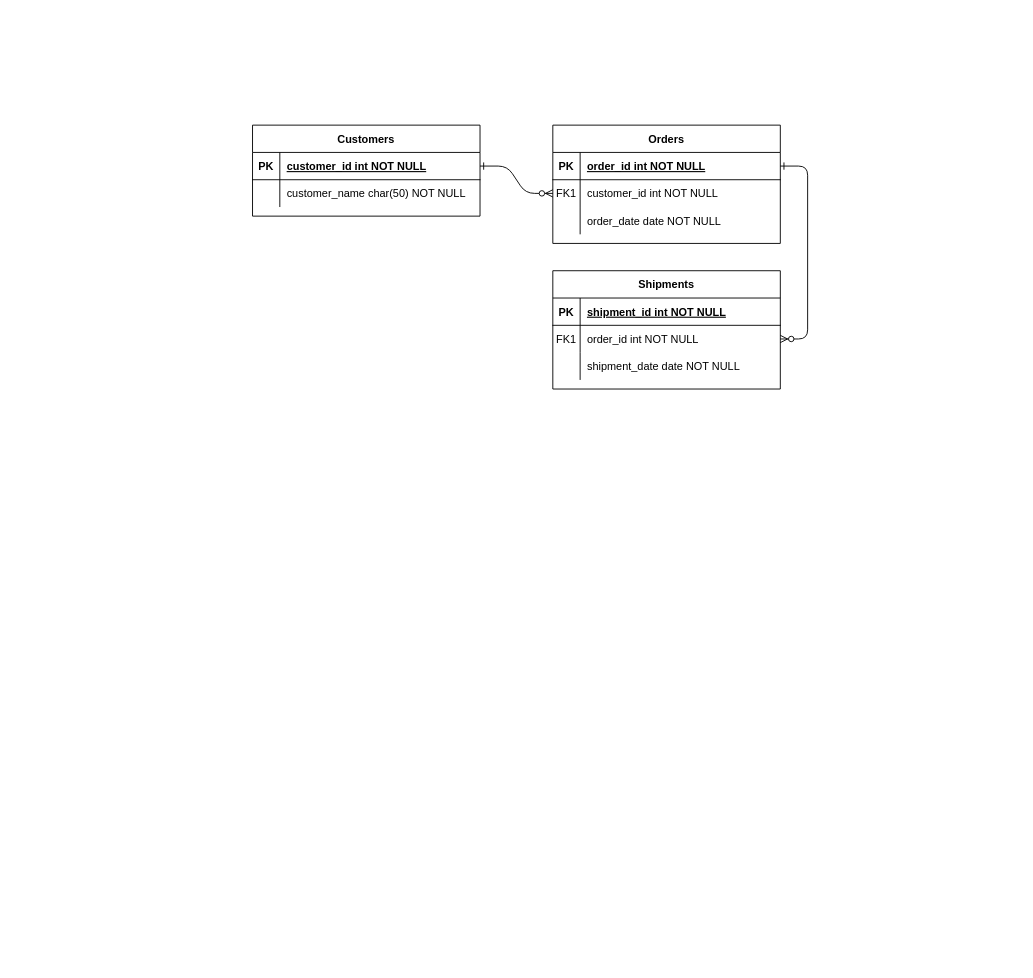
Above: Untitled Diagram.drawio in sv-05/Seqana_BelgiumData_3NF_csv (draw.io), before the change. Source tidied: cells renumbered, new cells numbered last; positions are measured from the earlier drawing's top-left corner, leaving out a move shared by most shapes. Both pictures are drawn from the tidied source at 91%, with x=0, y=0 at pixel (252, 125).
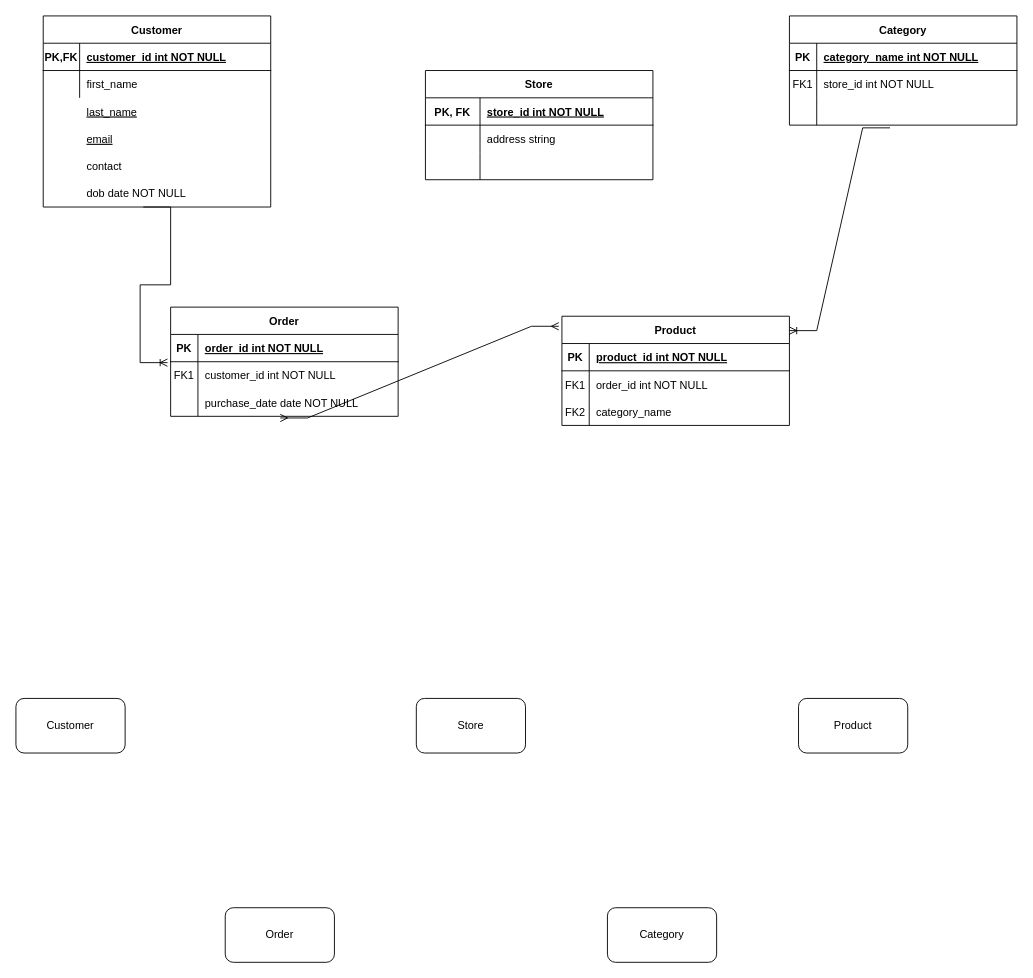
After the change.

Unchanged cells that the change refers to:
```xml
<mxCell id="5" style="shape=partialRectangle;fillColor=none;points=[[0,0.5],[1,0.5]];portConstraint=eastwest;top=0;left=0;right=0;bottom=1;" parent="4" vertex="1">
  <mxGeometry y="30" width="250" height="30" as="geometry" />
</mxCell>
<mxCell id="8" style="shape=partialRectangle;fillColor=none;points=[[0,0.5],[1,0.5]];portConstraint=eastwest;top=0;left=0;right=0;bottom=0;" parent="4" vertex="1">
  <mxGeometry y="60" width="250" height="30" as="geometry" />
</mxCell>
<mxCell id="11" style="shape=partialRectangle;fillColor=none;top=0;left=0;right=0;bottom=0;" parent="4" vertex="1">
  <mxGeometry y="90" width="250" height="30" as="geometry" />
</mxCell>
<mxCell id="15" style="shape=partialRectangle;fillColor=none;top=0;left=0;right=0;bottom=1;" parent="14" vertex="1">
  <mxGeometry y="30" width="250" height="30" as="geometry" />
</mxCell>
<mxCell id="18" style="shape=partialRectangle;fillColor=none;points=[[0,0.5],[1,0.5]];portConstraint=eastwest;top=0;left=0;right=0;bottom=0;" parent="14" vertex="1">
  <mxGeometry y="60" width="250" height="30" as="geometry" />
</mxCell>
<mxCell id="21" style="shape=partialRectangle;fillColor=none;top=0;left=0;right=0;bottom=0;" parent="14" vertex="1">
  <mxGeometry y="90" width="250" height="30" as="geometry" />
</mxCell>
<mxCell id="25" style="shape=partialRectangle;fillColor=none;points=[[0,0.5],[1,0.5]];portConstraint=eastwest;top=0;left=0;right=0;bottom=1;" parent="24" vertex="1">
  <mxGeometry y="30" width="250" height="30" as="geometry" />
</mxCell>
<mxCell id="28" style="shape=partialRectangle;fillColor=none;top=0;left=0;right=0;bottom=0;" parent="24" vertex="1">
  <mxGeometry y="60" width="250" height="30" as="geometry" />
</mxCell>
```

Change to the diagram source:
```diff
@@
-    <mxCell id="2" style="edgeStyle=entityRelationEdgeStyle;endArrow=ERzeroToMany;startArrow=ERone;endFill=1;startFill=0;" parent="1" edge="1" source="25" target="8">
-      <mxGeometry relative="1" as="geometry" />
-    </mxCell>
-    <mxCell id="3" style="edgeStyle=entityRelationEdgeStyle;endArrow=ERzeroToMany;startArrow=ERone;endFill=1;startFill=0;" parent="1" edge="1" source="5" target="18">
-      <mxGeometry relative="1" as="geometry" />
-    </mxCell>
-    <mxCell id="4" value="Orders" style="shape=table;startSize=30;childLayout=tableLayout;rowLines=0;fontStyle=1;align=center;" parent="1" vertex="1">
-      <mxGeometry x="330" width="250" height="130" as="geometry" />
+    <mxCell id="4" value="Store" style="shape=table;startSize=30;childLayout=tableLayout;rowLines=0;fontStyle=1;align=center;" parent="1" vertex="1">
+      <mxGeometry x="190" y="-60" width="250" height="120" as="geometry" />
     </mxCell>
@@
-    <mxCell id="6" value="PK" style="shape=partialRectangle;overflow=hidden;fillColor=none;top=0;left=0;bottom=0;right=0;fontStyle=1;" parent="5" vertex="1">
-      <mxGeometry width="30" height="30" as="geometry" />
+    <mxCell id="6" value="PK, FK" style="shape=partialRectangle;overflow=hidden;fillColor=none;top=0;left=0;bottom=0;right=0;fontStyle=1;" parent="5" vertex="1">
+      <mxGeometry width="60" height="30" as="geometry" />
     </mxCell>
-    <mxCell id="7" value="order_id int NOT NULL " style="shape=partialRectangle;overflow=hidden;fillColor=none;top=0;left=0;bottom=0;right=0;align=left;spacingLeft=6;fontStyle=5;" parent="5" vertex="1">
-      <mxGeometry x="30" width="220" height="30" as="geometry" />
+    <mxCell id="7" value="store_id int NOT NULL " style="shape=partialRectangle;overflow=hidden;fillColor=none;top=0;left=0;bottom=0;right=0;align=left;spacingLeft=6;fontStyle=5;" parent="5" vertex="1">
+      <mxGeometry x="60" width="190" height="30" as="geometry" />
     </mxCell>
@@
-    <mxCell id="9" value="FK1" style="shape=partialRectangle;overflow=hidden;fillColor=none;top=0;left=0;bottom=0;right=0;" parent="8" vertex="1">
-      <mxGeometry width="30" height="30" as="geometry" />
+    <mxCell id="9" style="shape=partialRectangle;overflow=hidden;fillColor=none;top=0;left=0;bottom=0;right=0;" parent="8" vertex="1">
+      <mxGeometry width="60" height="30" as="geometry" />
     </mxCell>
-    <mxCell id="10" value="customer_id int NOT NULL" style="shape=partialRectangle;overflow=hidden;fillColor=none;top=0;left=0;bottom=0;right=0;align=left;spacingLeft=6;" parent="8" vertex="1">
-      <mxGeometry x="30" width="220" height="30" as="geometry" />
+    <mxCell id="10" value="address string" style="shape=partialRectangle;overflow=hidden;fillColor=none;top=0;left=0;bottom=0;right=0;align=left;spacingLeft=6;" parent="8" vertex="1">
+      <mxGeometry x="60" width="190" height="30" as="geometry" />
     </mxCell>
@@
     <mxCell id="12" style="shape=partialRectangle;overflow=hidden;fillColor=none;top=0;left=0;bottom=0;right=0;" parent="11" vertex="1">
-      <mxGeometry width="30" height="30" as="geometry" />
+      <mxGeometry width="60" height="30" as="geometry" />
     </mxCell>
-    <mxCell id="13" value="order_date date NOT NULL" style="shape=partialRectangle;overflow=hidden;fillColor=none;top=0;left=0;bottom=0;right=0;align=left;spacingLeft=6;" parent="11" vertex="1">
-      <mxGeometry x="30" width="220" height="30" as="geometry" />
+    <mxCell id="13" style="shape=partialRectangle;overflow=hidden;fillColor=none;top=0;left=0;bottom=0;right=0;align=left;spacingLeft=6;" parent="11" vertex="1">
+      <mxGeometry x="60" width="190" height="30" as="geometry" />
     </mxCell>
-    <mxCell id="14" value="Shipments" style="shape=table;startSize=30;childLayout=tableLayout;rowLines=0;fontStyle=1;align=center;" parent="1" vertex="1">
-      <mxGeometry x="330" y="160" width="250" height="130" as="geometry" />
+    <mxCell id="14" value="Product" style="shape=table;startSize=30;childLayout=tableLayout;rowLines=0;fontStyle=1;align=center;" parent="1" vertex="1">
+      <mxGeometry x="340" y="210" width="250" height="120" as="geometry" />
     </mxCell>
@@
-    <mxCell id="17" value="shipment_id int NOT NULL " style="shape=partialRectangle;overflow=hidden;fillColor=none;top=0;left=0;bottom=0;right=0;align=left;spacingLeft=6;fontStyle=5;" parent="15" vertex="1">
+    <mxCell id="17" value="product_id int NOT NULL " style="shape=partialRectangle;overflow=hidden;fillColor=none;top=0;left=0;bottom=0;right=0;align=left;spacingLeft=6;fontStyle=5;" parent="15" vertex="1">
       <mxGeometry x="30" width="220" height="30" as="geometry" />
     </mxCell>
@@
-    <mxCell id="22" style="shape=partialRectangle;overflow=hidden;fillColor=none;top=0;left=0;bottom=0;right=0;" parent="21" vertex="1">
+    <mxCell id="22" value="FK2" style="shape=partialRectangle;overflow=hidden;fillColor=none;top=0;left=0;bottom=0;right=0;" parent="21" vertex="1">
       <mxGeometry width="30" height="30" as="geometry" />
     </mxCell>
-    <mxCell id="23" value="shipment_date date NOT NULL" style="shape=partialRectangle;overflow=hidden;fillColor=none;top=0;left=0;bottom=0;right=0;align=left;spacingLeft=6;" parent="21" vertex="1">
+    <mxCell id="23" value="category_name" style="shape=partialRectangle;overflow=hidden;fillColor=none;top=0;left=0;bottom=0;right=0;align=left;spacingLeft=6;" parent="21" vertex="1">
       <mxGeometry x="30" width="220" height="30" as="geometry" />
     </mxCell>
-    <mxCell id="24" value="Customers" style="shape=table;startSize=30;childLayout=tableLayout;rowLines=0;fontStyle=1;align=center;" parent="1" vertex="1">
-      <mxGeometry width="250" height="100" as="geometry" />
+    <mxCell id="24" value="Customer" style="shape=table;startSize=30;childLayout=tableLayout;rowLines=0;fontStyle=1;align=center;" parent="1" vertex="1">
+      <mxGeometry x="-230" y="-120" width="250" height="210" as="geometry" />
     </mxCell>
@@
-    <mxCell id="26" value="PK" style="shape=partialRectangle;overflow=hidden;fillColor=none;top=0;left=0;bottom=0;right=0;fontStyle=1;" parent="25" vertex="1">
-      <mxGeometry width="30" height="30" as="geometry" />
+    <mxCell id="26" value="PK,FK" style="shape=partialRectangle;overflow=hidden;fillColor=none;top=0;left=0;bottom=0;right=0;fontStyle=1;" parent="25" vertex="1">
+      <mxGeometry width="40" height="30" as="geometry" />
     </mxCell>
     <mxCell id="27" value="customer_id int NOT NULL " style="shape=partialRectangle;overflow=hidden;fillColor=none;top=0;left=0;bottom=0;right=0;align=left;spacingLeft=6;fontStyle=5;" parent="25" vertex="1">
-      <mxGeometry x="30" width="220" height="30" as="geometry" />
+      <mxGeometry x="40" width="210" height="30" as="geometry" />
     </mxCell>
@@
     <mxCell id="29" style="shape=partialRectangle;overflow=hidden;fillColor=none;top=0;left=0;bottom=0;right=0;" parent="28" vertex="1">
-      <mxGeometry width="30" height="30" as="geometry" />
+      <mxGeometry width="40" height="30" as="geometry" />
     </mxCell>
-    <mxCell id="30" value="customer_name char(50) NOT NULL" style="shape=partialRectangle;overflow=hidden;fillColor=none;top=0;left=0;bottom=0;right=0;align=left;spacingLeft=6;" parent="28" vertex="1">
-      <mxGeometry x="30" width="220" height="30" as="geometry" />
+    <mxCell id="30" value="first_name" style="shape=partialRectangle;overflow=hidden;fillColor=none;top=0;left=0;bottom=0;right=0;align=left;spacingLeft=6;" parent="28" vertex="1">
+      <mxGeometry x="40" width="210" height="30" as="geometry" />
     </mxCell>
+    <mxCell id="31" value="Customer" style="rounded=1;whiteSpace=wrap;html=1;" parent="1" vertex="1">
+      <mxGeometry x="-260" y="630" width="120" height="60" as="geometry" />
+    </mxCell>
+    <mxCell id="32" value="Order" style="rounded=1;whiteSpace=wrap;html=1;" parent="1" vertex="1">
+      <mxGeometry x="-30" y="860" width="120" height="60" as="geometry" />
+    </mxCell>
+    <mxCell id="33" value="Product" style="rounded=1;whiteSpace=wrap;html=1;" parent="1" vertex="1">
+      <mxGeometry x="600" y="630" width="120" height="60" as="geometry" />
+    </mxCell>
+    <mxCell id="34" value="Store" style="rounded=1;whiteSpace=wrap;html=1;" parent="1" vertex="1">
+      <mxGeometry x="180" y="630" width="120" height="60" as="geometry" />
+    </mxCell>
+    <mxCell id="35" value="Order" style="shape=table;startSize=30;childLayout=tableLayout;rowLines=0;fontStyle=1;align=center;" parent="1" vertex="1">
+      <mxGeometry x="-90" y="200" width="250" height="120" as="geometry" />
+    </mxCell>
+    <mxCell id="36" style="shape=partialRectangle;fillColor=none;top=0;left=0;right=0;bottom=1;" parent="35" vertex="1">
+      <mxGeometry y="30" width="250" height="30" as="geometry" />
+    </mxCell>
+    <mxCell id="37" value="PK" style="shape=partialRectangle;overflow=hidden;fillColor=none;top=0;left=0;bottom=0;right=0;fontStyle=1;" parent="36" vertex="1">
+      <mxGeometry width="30" height="30" as="geometry" />
+    </mxCell>
+    <mxCell id="38" value="order_id int NOT NULL " style="shape=partialRectangle;overflow=hidden;fillColor=none;top=0;left=0;bottom=0;right=0;align=left;spacingLeft=6;fontStyle=5;" parent="36" vertex="1">
+      <mxGeometry x="30" width="220" height="30" as="geometry" />
+    </mxCell>
+    <mxCell id="39" style="shape=partialRectangle;fillColor=none;points=[[0,0.5],[1,0.5]];portConstraint=eastwest;top=0;left=0;right=0;bottom=0;" parent="35" vertex="1">
+      <mxGeometry y="60" width="250" height="30" as="geometry" />
+    </mxCell>
+    <mxCell id="40" value="FK1" style="shape=partialRectangle;overflow=hidden;fillColor=none;top=0;left=0;bottom=0;right=0;" parent="39" vertex="1">
+      <mxGeometry width="30" height="30" as="geometry" />
+    </mxCell>
+    <mxCell id="41" value="customer_id int NOT NULL" style="shape=partialRectangle;overflow=hidden;fillColor=none;top=0;left=0;bottom=0;right=0;align=left;spacingLeft=6;" parent="39" vertex="1">
+      <mxGeometry x="30" width="220" height="30" as="geometry" />
+    </mxCell>
+    <mxCell id="42" style="shape=partialRectangle;fillColor=none;points=[[0,0.5],[1,0.5]];portConstraint=eastwest;top=0;left=0;right=0;bottom=0;" parent="35" vertex="1">
+      <mxGeometry y="90" width="250" height="30" as="geometry" />
+    </mxCell>
+    <mxCell id="43" style="shape=partialRectangle;overflow=hidden;fillColor=none;top=0;left=0;bottom=0;right=0;" parent="42" vertex="1">
+      <mxGeometry width="30" height="30" as="geometry" />
+    </mxCell>
+    <mxCell id="44" value="purchase_date date NOT NULL" style="shape=partialRectangle;overflow=hidden;fillColor=none;top=0;left=0;bottom=0;right=0;align=left;spacingLeft=6;" parent="42" vertex="1">
+      <mxGeometry x="30" width="220" height="30" as="geometry" />
+    </mxCell>
+    <mxCell id="45" value="last_name" style="shape=partialRectangle;overflow=hidden;fillColor=none;top=0;left=0;bottom=0;right=0;align=left;spacingLeft=6;fontStyle=4;" parent="1" vertex="1">
+      <mxGeometry x="-190" y="-30" width="210" height="30" as="geometry" />
+    </mxCell>
+    <mxCell id="46" value="email" style="shape=partialRectangle;overflow=hidden;fillColor=none;top=0;left=0;bottom=0;right=0;align=left;spacingLeft=6;fontStyle=4;" parent="1" vertex="1">
+      <mxGeometry x="-190" width="210" height="30" as="geometry" />
+    </mxCell>
+    <mxCell id="47" value="contact" style="shape=partialRectangle;overflow=hidden;fillColor=none;top=0;left=0;bottom=0;right=0;align=left;spacingLeft=6;" parent="1" vertex="1">
+      <mxGeometry x="-190" y="30" width="210" height="30" as="geometry" />
+    </mxCell>
+    <mxCell id="48" value="dob date NOT NULL" style="shape=partialRectangle;overflow=hidden;fillColor=none;top=0;left=0;bottom=0;right=0;align=left;spacingLeft=6;" parent="1" vertex="1">
+      <mxGeometry x="-190" y="60" width="210" height="30" as="geometry" />
+    </mxCell>
+    <mxCell id="49" value="Category" style="rounded=1;whiteSpace=wrap;html=1;" parent="1" vertex="1">
+      <mxGeometry x="390" y="860" width="120" height="60" as="geometry" />
+    </mxCell>
+    <mxCell id="50" value="Category" style="shape=table;startSize=30;childLayout=tableLayout;rowLines=0;fontStyle=1;align=center;" parent="1" vertex="1">
+      <mxGeometry x="590" y="-120" width="250" height="120" as="geometry" />
+    </mxCell>
+    <mxCell id="51" style="shape=partialRectangle;fillColor=none;top=0;left=0;right=0;bottom=1;" parent="50" vertex="1">
+      <mxGeometry y="30" width="250" height="30" as="geometry" />
+    </mxCell>
+    <mxCell id="52" value="PK" style="shape=partialRectangle;overflow=hidden;fillColor=none;top=0;left=0;bottom=0;right=0;fontStyle=1;" parent="51" vertex="1">
+      <mxGeometry width="30" height="30" as="geometry" />
+    </mxCell>
+    <mxCell id="53" value="category_name int NOT NULL " style="shape=partialRectangle;overflow=hidden;fillColor=none;top=0;left=0;bottom=0;right=0;align=left;spacingLeft=6;fontStyle=5;" parent="51" vertex="1">
+      <mxGeometry x="30" width="220" height="30" as="geometry" />
+    </mxCell>
+    <mxCell id="54" style="shape=partialRectangle;fillColor=none;top=0;left=0;right=0;bottom=0;" parent="50" vertex="1">
+      <mxGeometry y="60" width="250" height="30" as="geometry" />
+    </mxCell>
+    <mxCell id="55" value="FK1" style="shape=partialRectangle;overflow=hidden;fillColor=none;top=0;left=0;bottom=0;right=0;" parent="54" vertex="1">
+      <mxGeometry width="30" height="30" as="geometry" />
+    </mxCell>
+    <mxCell id="56" value="store_id int NOT NULL" style="shape=partialRectangle;overflow=hidden;fillColor=none;top=0;left=0;bottom=0;right=0;align=left;spacingLeft=6;" parent="54" vertex="1">
+      <mxGeometry x="30" width="220" height="30" as="geometry" />
+    </mxCell>
+    <mxCell id="57" style="shape=partialRectangle;fillColor=none;points=[[0,0.5],[1,0.5]];portConstraint=eastwest;top=0;left=0;right=0;bottom=0;" parent="50" vertex="1">
+      <mxGeometry y="90" width="250" height="30" as="geometry" />
+    </mxCell>
+    <mxCell id="58" style="shape=partialRectangle;overflow=hidden;fillColor=none;top=0;left=0;bottom=0;right=0;" parent="57" vertex="1">
+      <mxGeometry width="30" height="30" as="geometry" />
+    </mxCell>
+    <mxCell id="59" style="shape=partialRectangle;overflow=hidden;fillColor=none;top=0;left=0;bottom=0;right=0;align=left;spacingLeft=6;" parent="57" vertex="1">
+      <mxGeometry x="30" width="220" height="30" as="geometry" />
+    </mxCell>
+    <mxCell id="60" style="edgeStyle=entityRelationEdgeStyle;fontSize=12;html=1;endArrow=ERoneToMany;rounded=0;entryX=-0.014;entryY=0.033;entryDx=0;entryDy=0;entryPerimeter=0;" parent="1" edge="1" target="39">
+      <mxGeometry relative="1" as="geometry">
+        <mxPoint x="-120" y="90" as="sourcePoint" />
+        <Array as="points">
+          <mxPoint x="-70" y="190" />
+        </Array>
+      </mxGeometry>
+    </mxCell>
+    <mxCell id="61" style="edgeStyle=entityRelationEdgeStyle;fontSize=12;html=1;endArrow=ERmany;startArrow=ERmany;rounded=0;entryX=0.482;entryY=1.06;entryDx=0;entryDy=0;entryPerimeter=0;exitX=-0.014;exitY=0.092;exitDx=0;exitDy=0;exitPerimeter=0;" parent="1" edge="1" source="14" target="42">
+      <mxGeometry relative="1" as="geometry" />
+    </mxCell>
+    <mxCell id="62" style="edgeStyle=entityRelationEdgeStyle;fontSize=12;html=1;endArrow=ERoneToMany;rounded=0;exitX=0.442;exitY=1.1;exitDx=0;exitDy=0;exitPerimeter=0;entryX=1;entryY=0.132;entryDx=0;entryDy=0;entryPerimeter=0;" parent="1" edge="1" source="57" target="14">
+      <mxGeometry relative="1" as="geometry">
+        <Array as="points">
+          <mxPoint x="800" y="90" />
+        </Array>
+      </mxGeometry>
+    </mxCell>
```
